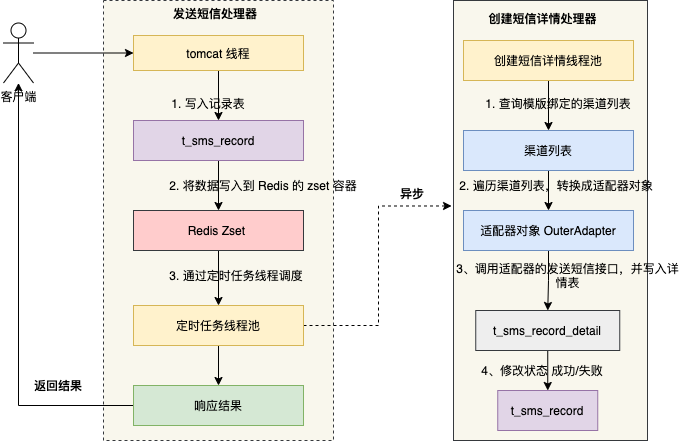
makemyownlife/makemyownlife.github.io keeps this draw.io diagram as pics/sms/onemsghowtosend.png. Above is the earlier version. Source tidied: cells renumbered, new cells last; positions are measured from the earlier drawing's top-left corner, leaving out a move shared by most shapes.
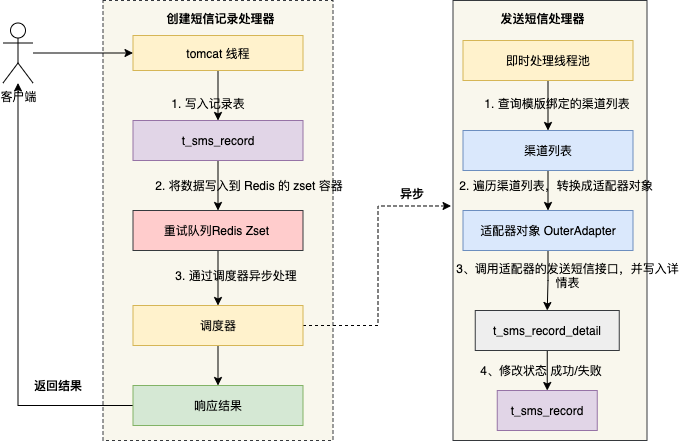
Later version of the same file.

What changed in the source:
```diff
@@ -14,8 +14,8 @@
     <mxCell id="5" value="tomcat 线程" style="rounded=0;whiteSpace=wrap;html=1;fillColor=#fff2cc;strokeColor=#d6b656;" parent="1" vertex="1">
       <mxGeometry x="130" y="35" width="170" height="35" as="geometry" />
     </mxCell>
-    <mxCell id="6" value="&lt;b&gt;发送短信处理器&lt;/b&gt;" style="text;html=1;strokeColor=none;fillColor=none;align=center;verticalAlign=middle;whiteSpace=wrap;rounded=0;dashed=1;" parent="1" vertex="1">
-      <mxGeometry x="167" y="2.5" width="90" height="20" as="geometry" />
+    <mxCell id="6" value="&lt;b&gt;创建短信记录处理器&lt;/b&gt;" style="text;html=1;strokeColor=none;fillColor=none;align=center;verticalAlign=middle;whiteSpace=wrap;rounded=0;dashed=1;" parent="1" vertex="1">
+      <mxGeometry x="152.2" y="7.5" width="130.5" height="20" as="geometry" />
     </mxCell>
     <mxCell id="7" style="edgeStyle=orthogonalEdgeStyle;rounded=0;jettySize=auto;html=1;entryX=0.5;entryY=0;entryDx=0;entryDy=0;" parent="1" edge="1" source="8" target="20">
       <mxGeometry relative="1" as="geometry" />
@@ -29,7 +29,7 @@
     <mxCell id="10" style="edgeStyle=orthogonalEdgeStyle;rounded=0;jettySize=auto;html=1;entryX=0.5;entryY=0;entryDx=0;entryDy=0;" parent="1" edge="1" source="11" target="32">
       <mxGeometry relative="1" as="geometry" />
     </mxCell>
-    <mxCell id="11" value="创建短信详情线程池" style="rounded=0;whiteSpace=wrap;html=1;fillColor=#fff2cc;strokeColor=#d6b656;" parent="1" vertex="1">
+    <mxCell id="11" value="即时处理线程池" style="rounded=0;whiteSpace=wrap;html=1;fillColor=#fff2cc;strokeColor=#d6b656;" parent="1" vertex="1">
       <mxGeometry x="460" y="40" width="170" height="40" as="geometry" />
     </mxCell>
     <mxCell id="12" style="edgeStyle=orthogonalEdgeStyle;rounded=0;jettySize=auto;html=1;entryX=0;entryY=0.5;entryDx=0;entryDy=0;" parent="1" edge="1" source="13" target="5">
@@ -56,11 +56,11 @@
     <mxCell id="19" style="edgeStyle=orthogonalEdgeStyle;rounded=0;jettySize=auto;html=1;" parent="1" edge="1" source="20" target="24">
       <mxGeometry relative="1" as="geometry" />
     </mxCell>
-    <mxCell id="20" value="Redis Zset&amp;nbsp;" style="whiteSpace=wrap;html=1;align=center;fillColor=#ffcccc;strokeColor=#36393d;" parent="1" vertex="1">
+    <mxCell id="20" value="重试队列Redis Zset&amp;nbsp;" style="whiteSpace=wrap;html=1;align=center;fillColor=#ffcccc;strokeColor=#36393d;" parent="1" vertex="1">
       <mxGeometry x="130" y="210" width="170" height="40" as="geometry" />
     </mxCell>
     <mxCell id="21" value="2. 将数据写入到 Redis 的 zset 容器" style="text;html=1;strokeColor=none;fillColor=none;align=center;verticalAlign=middle;whiteSpace=wrap;rounded=0;dashed=1;" parent="1" vertex="1">
-      <mxGeometry x="165" y="175" width="190" height="20" as="geometry" />
+      <mxGeometry x="151.5" y="175" width="190" height="20" as="geometry" />
     </mxCell>
     <mxCell id="22" style="edgeStyle=orthogonalEdgeStyle;rounded=0;jettySize=auto;html=1;entryX=-0.01;entryY=0.467;entryDx=0;entryDy=0;entryPerimeter=0;dashed=1;" parent="1" edge="1" source="24" target="3">
       <mxGeometry relative="1" as="geometry" />
@@ -68,13 +68,13 @@
     <mxCell id="23" style="edgeStyle=orthogonalEdgeStyle;rounded=0;jettySize=auto;html=1;entryX=0.5;entryY=0;entryDx=0;entryDy=0;" parent="1" edge="1" source="24" target="29">
       <mxGeometry relative="1" as="geometry" />
     </mxCell>
-    <mxCell id="24" value="定时任务线程池" style="rounded=0;whiteSpace=wrap;html=1;fillColor=#fff2cc;strokeColor=#d6b656;" parent="1" vertex="1">
+    <mxCell id="24" value="调度器" style="rounded=0;whiteSpace=wrap;html=1;fillColor=#fff2cc;strokeColor=#d6b656;" parent="1" vertex="1">
       <mxGeometry x="130" y="305" width="170" height="40" as="geometry" />
     </mxCell>
-    <mxCell id="25" value="3. 通过定时任务线程调度" style="text;html=1;strokeColor=none;fillColor=none;align=center;verticalAlign=middle;whiteSpace=wrap;rounded=0;dashed=1;" parent="1" vertex="1">
+    <mxCell id="25" value="3. 通过调度器异步处理" style="text;html=1;strokeColor=none;fillColor=none;align=center;verticalAlign=middle;whiteSpace=wrap;rounded=0;dashed=1;" parent="1" vertex="1">
       <mxGeometry x="138" y="265" width="190" height="20" as="geometry" />
     </mxCell>
-    <mxCell id="26" value="&lt;b&gt;创建短信详情处理器&lt;/b&gt;" style="text;html=1;strokeColor=none;fillColor=none;align=center;verticalAlign=middle;whiteSpace=wrap;rounded=0;dashed=1;" parent="1" vertex="1">
+    <mxCell id="26" value="&lt;b&gt;发送短信处理器&lt;/b&gt;" style="text;html=1;strokeColor=none;fillColor=none;align=center;verticalAlign=middle;whiteSpace=wrap;rounded=0;dashed=1;" parent="1" vertex="1">
       <mxGeometry x="473" y="7.5" width="133" height="20" as="geometry" />
     </mxCell>
     <mxCell id="27" value="&lt;b&gt;异步&lt;/b&gt;" style="text;html=1;strokeColor=none;fillColor=none;align=center;verticalAlign=middle;whiteSpace=wrap;rounded=0;" parent="1" vertex="1">
```
